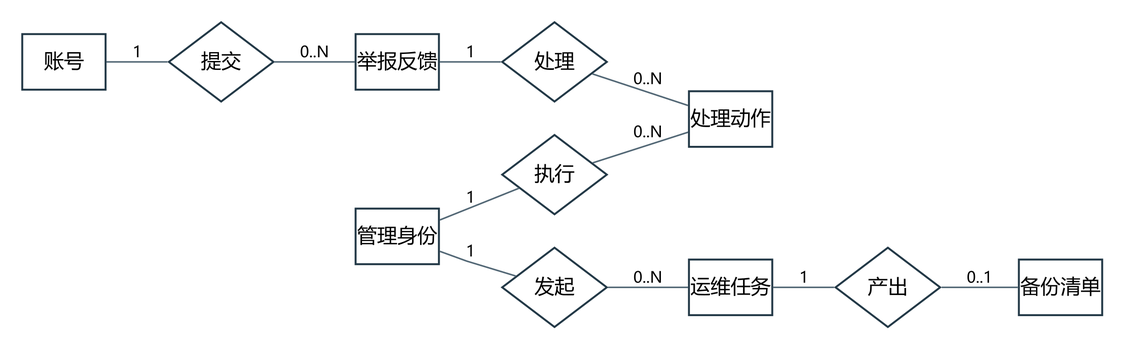
The Graphviz diagram docs/project/models/图表与模型/ER04.png in jason-bitc/HZCU-CampusHub, before a commit. Its source is kept beside it as docs/project/models/图表与模型/ER04.dot. Its diagram source:
```dot
digraph G {
graph [rankdir=LR,nodesep=0.30,ranksep=0.48,bgcolor="white",splines=polyline,pad=0.20];
node [fontname="Microsoft YaHei",fontsize=13,color="#223846",penwidth=1.25,margin="0.10,0.07",style="rounded,filled",fillcolor="#F6F8FA"];
edge [fontname="Microsoft YaHei",fontsize=10,color="#526775",arrowsize=0.7];
"Account" [shape=box,label="账号",style="filled",fillcolor="white"];
"Case" [shape=box,label="举报反馈",style="filled",fillcolor="white"];
"ModerationAction" [shape=box,label="处理动作",style="filled",fillcolor="white"];
"AdminIdentity" [shape=box,label="管理身份",style="filled",fillcolor="white"];
"OpsJob" [shape=box,label="运维任务",style="filled",fillcolor="white"];
"Backup" [shape=box,label="备份清单",style="filled",fillcolor="white"];
"rel16" [shape=diamond,label="提交",style="filled",fillcolor="white"];
"rel17" [shape=diamond,label="处理",style="filled",fillcolor="white"];
"rel18" [shape=diamond,label="执行",style="filled",fillcolor="white"];
"rel19" [shape=diamond,label="发起",style="filled",fillcolor="white"];
"rel20" [shape=diamond,label="产出",style="filled",fillcolor="white"];
"Account" -> "rel16" [label="1",dir=none];
"rel16" -> "Case" [label="0..N",dir=none];
"Case" -> "rel17" [label="1",dir=none];
"rel17" -> "ModerationAction" [label="0..N",dir=none];
"AdminIdentity" -> "rel18" [label="1",dir=none];
"rel18" -> "ModerationAction" [label="0..N",dir=none];
"AdminIdentity" -> "rel19" [label="1",dir=none];
"rel19" -> "OpsJob" [label="0..N",dir=none];
"OpsJob" -> "rel20" [label="1",dir=none];
"rel20" -> "Backup" [label="0..1",dir=none];
}
```
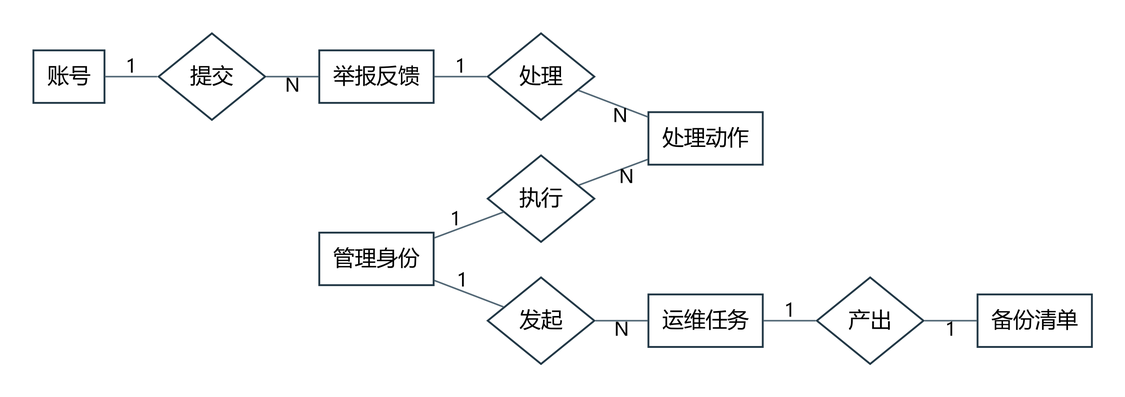
After the commit.

What changed in the source:
```diff
@@ -1,26 +1,26 @@
 digraph G {
-graph [rankdir=LR,nodesep=0.30,ranksep=0.48,bgcolor="white",splines=polyline,pad=0.20];
-node [fontname="Microsoft YaHei",fontsize=13,color="#223846",penwidth=1.25,margin="0.10,0.07",style="rounded,filled",fillcolor="#F6F8FA"];
-edge [fontname="Microsoft YaHei",fontsize=10,color="#526775",arrowsize=0.7];
-"Account" [shape=box,label="账号",style="filled",fillcolor="white"];
-"Case" [shape=box,label="举报反馈",style="filled",fillcolor="white"];
-"ModerationAction" [shape=box,label="处理动作",style="filled",fillcolor="white"];
-"AdminIdentity" [shape=box,label="管理身份",style="filled",fillcolor="white"];
-"OpsJob" [shape=box,label="运维任务",style="filled",fillcolor="white"];
-"Backup" [shape=box,label="备份清单",style="filled",fillcolor="white"];
-"rel16" [shape=diamond,label="提交",style="filled",fillcolor="white"];
-"rel17" [shape=diamond,label="处理",style="filled",fillcolor="white"];
-"rel18" [shape=diamond,label="执行",style="filled",fillcolor="white"];
-"rel19" [shape=diamond,label="发起",style="filled",fillcolor="white"];
-"rel20" [shape=diamond,label="产出",style="filled",fillcolor="white"];
-"Account" -> "rel16" [label="1",dir=none];
-"rel16" -> "Case" [label="0..N",dir=none];
-"Case" -> "rel17" [label="1",dir=none];
-"rel17" -> "ModerationAction" [label="0..N",dir=none];
-"AdminIdentity" -> "rel18" [label="1",dir=none];
-"rel18" -> "ModerationAction" [label="0..N",dir=none];
-"AdminIdentity" -> "rel19" [label="1",dir=none];
-"rel19" -> "OpsJob" [label="0..N",dir=none];
-"OpsJob" -> "rel20" [label="1",dir=none];
-"rel20" -> "Backup" [label="0..1",dir=none];
+graph [rankdir=LR,nodesep=0.32,ranksep=0.48,bgcolor="white",splines=polyline,pad=0.30];
+node [fontname="Microsoft YaHei",fontsize=14,color="#223846",penwidth=1.2,margin="0.10,0.08",style="filled",fillcolor="white"];
+edge [fontname="Microsoft YaHei",fontsize=12,color="#526775",dir=none];
+"Account" [shape=box,label="账号",width=0.6389,height=0.4722];
+"Case" [shape=box,label="举报反馈",width=1.0278,height=0.4722];
+"ModerationAction" [shape=box,label="处理动作",width=1.0278,height=0.4722];
+"AdminIdentity" [shape=box,label="管理身份",width=1.0278,height=0.4722];
+"OpsJob" [shape=box,label="运维任务",width=1.0278,height=0.4722];
+"Backup" [shape=box,label="备份清单",width=1.0278,height=0.4722];
+"rel16" [shape=diamond,label="提交",width=0.9583,height=0.7778];
+"rel17" [shape=diamond,label="处理",width=0.9583,height=0.7778];
+"rel18" [shape=diamond,label="执行",width=0.9583,height=0.7778];
+"rel19" [shape=diamond,label="发起",width=0.9583,height=0.7778];
+"rel20" [shape=diamond,label="产出",width=0.9583,height=0.7778];
+"Account" -> "rel16" [taillabel="1",labeldistance=1.8,labelangle=20,dir=none];
+"rel16" -> "Case" [headlabel="N",labeldistance=1.8,labelangle=20,dir=none];
+"Case" -> "rel17" [taillabel="1",labeldistance=1.8,labelangle=20,dir=none];
+"rel17" -> "ModerationAction" [headlabel="N",labeldistance=1.8,labelangle=20,dir=none];
+"AdminIdentity" -> "rel18" [taillabel="1",labeldistance=1.8,labelangle=20,dir=none];
+"rel18" -> "ModerationAction" [headlabel="N",labeldistance=1.8,labelangle=20,dir=none];
+"AdminIdentity" -> "rel19" [taillabel="1",labeldistance=1.8,labelangle=20,dir=none];
+"rel19" -> "OpsJob" [headlabel="N",labeldistance=1.8,labelangle=20,dir=none];
+"OpsJob" -> "rel20" [taillabel="1",labeldistance=1.8,labelangle=20,dir=none];
+"rel20" -> "Backup" [headlabel="1",labeldistance=1.8,labelangle=20,dir=none];
 }
```
